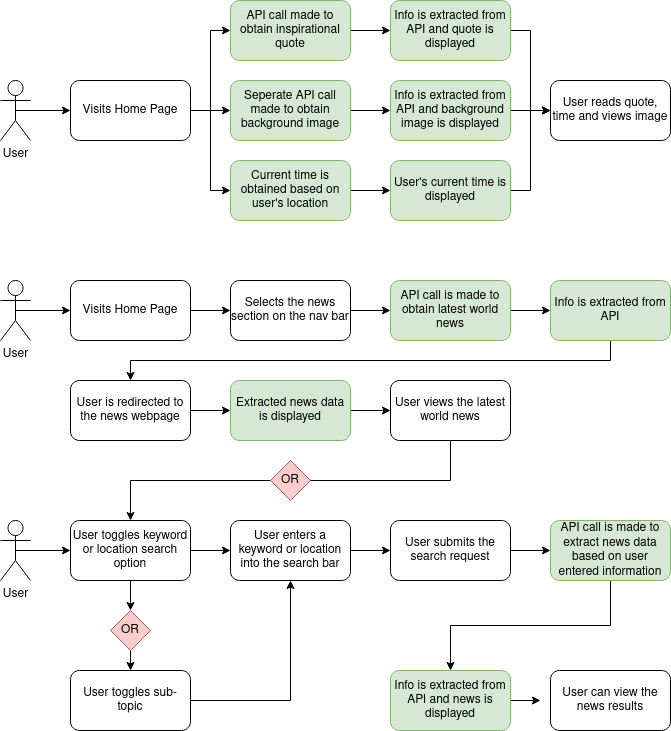
Above: documentation/user-flow_morning5.png in pszponder/morning-5 (draw.io), before the change. Source tidied: cells renumbered, new cells last; positions are measured from the earlier drawing's top-left corner, leaving out a move shared by most shapes.
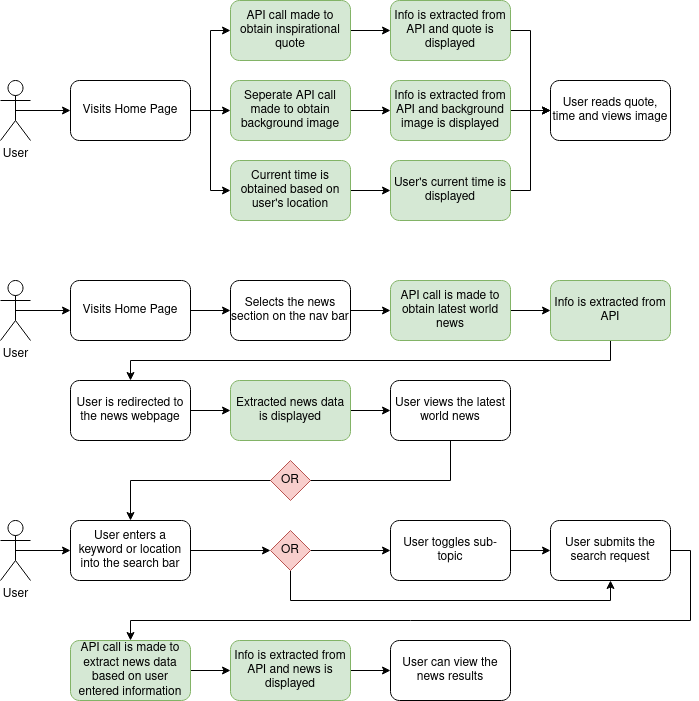
The same file after the commit.

Commit message:
remove toggle option for location and keyword

The edit, as a diff of the source:
```diff
@@ -44,18 +44,12 @@
     <mxCell id="15" value="User is redirected to the news webpage" style="rounded=1;whiteSpace=wrap;html=1;" parent="1" vertex="1">
       <mxGeometry x="70" y="380" width="120" height="60" as="geometry" />
     </mxCell>
-    <mxCell id="16" style="edgeStyle=orthogonalEdgeStyle;rounded=0;jettySize=auto;html=1;exitX=0.5;exitY=1;exitDx=0;exitDy=0;entryX=0.5;entryY=0;entryDx=0;entryDy=0;" parent="1" edge="1" source="17" target="45">
+    <mxCell id="16" style="edgeStyle=orthogonalEdgeStyle;rounded=0;jettySize=auto;html=1;exitX=0.5;exitY=1;exitDx=0;exitDy=0;entryX=0.5;entryY=0;entryDx=0;entryDy=0;" parent="1" edge="1" source="17" target="38">
       <mxGeometry relative="1" as="geometry" />
     </mxCell>
     <mxCell id="17" value="User views the latest world news" style="rounded=1;whiteSpace=wrap;html=1;" parent="1" vertex="1">
       <mxGeometry x="390" y="380" width="120" height="60" as="geometry" />
     </mxCell>
-    <mxCell id="18" style="edgeStyle=orthogonalEdgeStyle;rounded=0;jettySize=auto;html=1;exitX=0.5;exitY=0.5;exitDx=0;exitDy=0;exitPerimeter=0;" parent="1" edge="1" source="19" target="45">
-      <mxGeometry relative="1" as="geometry" />
-    </mxCell>
-    <mxCell id="19" value="User" style="shape=umlActor;verticalLabelPosition=bottom;verticalAlign=top;html=1;outlineConnect=0;" parent="1" vertex="1">
-      <mxGeometry y="520" width="30" height="60" as="geometry" />
-    </mxCell>
     <mxCell id="20" style="edgeStyle=orthogonalEdgeStyle;rounded=0;jettySize=auto;html=1;exitX=1;exitY=0.5;exitDx=0;exitDy=0;entryX=0;entryY=0.5;entryDx=0;entryDy=0;" parent="1" edge="1" source="21" target="31">
       <mxGeometry relative="1" as="geometry" />
     </mxCell>
@@ -109,64 +103,75 @@
     <mxCell id="36" value="Info is extracted from API" style="rounded=1;whiteSpace=wrap;html=1;fillColor=#d5e8d4;strokeColor=#82b366;" parent="1" vertex="1">
       <mxGeometry x="550" y="280" width="120" height="60" as="geometry" />
     </mxCell>
-    <mxCell id="37" style="edgeStyle=orthogonalEdgeStyle;rounded=0;jettySize=auto;html=1;exitX=1;exitY=0.5;exitDx=0;exitDy=0;entryX=0;entryY=0.5;entryDx=0;entryDy=0;" parent="1" edge="1" source="38" target="47">
-      <mxGeometry relative="1" as="geometry" />
-    </mxCell>
+    <mxCell id="53" style="edgeStyle=orthogonalEdgeStyle;rounded=0;jettySize=auto;html=1;exitX=1;exitY=0.5;exitDx=0;exitDy=0;" parent="1" edge="1" source="54" target="17">
+      <mxGeometry relative="1" as="geometry" />
+    </mxCell>
+    <mxCell id="54" value=" Extracted news data is displayed" style="rounded=1;whiteSpace=wrap;html=1;fillColor=#d5e8d4;strokeColor=#82b366;" parent="1" vertex="1">
+      <mxGeometry x="230" y="380" width="120" height="60" as="geometry" />
+    </mxCell>
+    <mxCell id="55" value="OR" style="rhombus;whiteSpace=wrap;html=1;fillColor=#f8cecc;strokeColor=#b85450;" parent="1" vertex="1">
+      <mxGeometry x="270" y="460" width="40" height="40" as="geometry" />
+    </mxCell>
+    <mxCell id="56" style="edgeStyle=orthogonalEdgeStyle;rounded=0;jettySize=auto;html=1;exitX=0.5;exitY=0.5;exitDx=0;exitDy=0;exitPerimeter=0;" parent="1" edge="1" source="19">
+      <mxGeometry relative="1" as="geometry">
+        <mxPoint x="70" y="550" as="targetPoint" />
+      </mxGeometry>
+    </mxCell>
+    <mxCell id="19" value="User" style="shape=umlActor;verticalLabelPosition=bottom;verticalAlign=top;html=1;outlineConnect=0;" parent="1" vertex="1">
+      <mxGeometry y="520" width="30" height="60" as="geometry" />
+    </mxCell>
+    <mxCell id="57" style="edgeStyle=orthogonalEdgeStyle;rounded=0;jettySize=auto;html=1;exitX=1;exitY=0.5;exitDx=0;exitDy=0;entryX=0;entryY=0.5;entryDx=0;entryDy=0;" parent="1" edge="1" source="38" target="42">
+      <mxGeometry relative="1" as="geometry" />
+    </mxCell>
     <mxCell id="38" value="User enters a keyword or location into the search bar" style="rounded=1;whiteSpace=wrap;html=1;" parent="1" vertex="1">
-      <mxGeometry x="230" y="520" width="120" height="60" as="geometry" />
+      <mxGeometry x="70" y="520" width="120" height="60" as="geometry" />
     </mxCell>
-    <mxCell id="39" style="edgeStyle=orthogonalEdgeStyle;rounded=0;jettySize=auto;html=1;exitX=0.5;exitY=1;exitDx=0;exitDy=0;" parent="1" edge="1" source="40" target="49">
+    <mxCell id="39" style="edgeStyle=orthogonalEdgeStyle;rounded=0;jettySize=auto;html=1;exitX=1;exitY=0.5;exitDx=0;exitDy=0;entryX=0;entryY=0.5;entryDx=0;entryDy=0;" parent="1" edge="1" source="40" target="49">
       <mxGeometry relative="1" as="geometry" />
     </mxCell>
     <mxCell id="40" value="API call is made to extract news data based on user entered information" style="rounded=1;whiteSpace=wrap;html=1;fillColor=#d5e8d4;strokeColor=#82b366;" parent="1" vertex="1">
-      <mxGeometry x="550" y="520" width="120" height="60" as="geometry" />
+      <mxGeometry x="70" y="640" width="120" height="60" as="geometry" />
     </mxCell>
-    <mxCell id="41" style="edgeStyle=orthogonalEdgeStyle;rounded=0;jettySize=auto;html=1;exitX=0.5;exitY=1;exitDx=0;exitDy=0;entryX=0.5;entryY=0;entryDx=0;entryDy=0;" parent="1" edge="1" source="42" target="52">
+    <mxCell id="41" style="edgeStyle=orthogonalEdgeStyle;rounded=0;jettySize=auto;html=1;exitX=1;exitY=0.5;exitDx=0;exitDy=0;entryX=0;entryY=0.5;entryDx=0;entryDy=0;" parent="1" edge="1" source="42" target="52">
       <mxGeometry relative="1" as="geometry" />
     </mxCell>
+    <mxCell id="58" style="edgeStyle=orthogonalEdgeStyle;rounded=0;jettySize=auto;html=1;exitX=0.5;exitY=1;exitDx=0;exitDy=0;entryX=0.5;entryY=1;entryDx=0;entryDy=0;" parent="1" edge="1" source="42" target="47">
+      <mxGeometry relative="1" as="geometry">
+        <Array as="points">
+          <mxPoint x="290" y="600" />
+          <mxPoint x="610" y="600" />
+        </Array>
+      </mxGeometry>
+    </mxCell>
     <mxCell id="42" value="OR" style="rhombus;whiteSpace=wrap;html=1;fillColor=#f8cecc;strokeColor=#b85450;" parent="1" vertex="1">
-      <mxGeometry x="110" y="610" width="40" height="40" as="geometry" />
+      <mxGeometry x="270" y="530" width="40" height="40" as="geometry" />
     </mxCell>
-    <mxCell id="43" style="edgeStyle=orthogonalEdgeStyle;rounded=0;jettySize=auto;html=1;exitX=0.5;exitY=1;exitDx=0;exitDy=0;entryX=0.5;entryY=0;entryDx=0;entryDy=0;" parent="1" edge="1" source="45" target="42">
-      <mxGeometry relative="1" as="geometry" />
-    </mxCell>
-    <mxCell id="44" style="edgeStyle=orthogonalEdgeStyle;rounded=0;jettySize=auto;html=1;exitX=1;exitY=0.5;exitDx=0;exitDy=0;entryX=0;entryY=0.5;entryDx=0;entryDy=0;" parent="1" edge="1" source="45" target="38">
-      <mxGeometry relative="1" as="geometry" />
-    </mxCell>
-    <mxCell id="45" value="User toggles keyword or location search option" style="rounded=1;whiteSpace=wrap;html=1;" parent="1" vertex="1">
-      <mxGeometry x="70" y="520" width="120" height="60" as="geometry" />
-    </mxCell>
-    <mxCell id="46" style="edgeStyle=orthogonalEdgeStyle;rounded=0;jettySize=auto;html=1;exitX=1;exitY=0.5;exitDx=0;exitDy=0;" parent="1" edge="1" source="47" target="40">
-      <mxGeometry relative="1" as="geometry" />
+    <mxCell id="46" style="edgeStyle=orthogonalEdgeStyle;rounded=0;jettySize=auto;html=1;exitX=1;exitY=0.5;exitDx=0;exitDy=0;entryX=0.5;entryY=0;entryDx=0;entryDy=0;" parent="1" edge="1" source="47" target="40">
+      <mxGeometry relative="1" as="geometry">
+        <Array as="points">
+          <mxPoint x="690" y="550" />
+          <mxPoint x="690" y="620" />
+          <mxPoint x="130" y="620" />
+        </Array>
+      </mxGeometry>
     </mxCell>
     <mxCell id="47" value="User submits the search request" style="rounded=1;whiteSpace=wrap;html=1;" parent="1" vertex="1">
-      <mxGeometry x="390" y="520" width="120" height="60" as="geometry" />
+      <mxGeometry x="550" y="520" width="120" height="60" as="geometry" />
     </mxCell>
-    <mxCell id="48" style="edgeStyle=orthogonalEdgeStyle;rounded=0;jettySize=auto;html=1;exitX=1;exitY=0.5;exitDx=0;exitDy=0;" parent="1" edge="1" source="49">
-      <mxGeometry relative="1" as="geometry">
-        <mxPoint x="540" y="700" as="targetPoint" />
-      </mxGeometry>
-    </mxCell>
+    <mxCell id="59" style="edgeStyle=orthogonalEdgeStyle;rounded=0;jettySize=auto;html=1;exitX=1;exitY=0.5;exitDx=0;exitDy=0;entryX=0;entryY=0.5;entryDx=0;entryDy=0;" parent="1" edge="1" source="49" target="50">
+      <mxGeometry relative="1" as="geometry" />
+    </mxCell>
     <mxCell id="49" value="Info is extracted from API and news is displayed" style="rounded=1;whiteSpace=wrap;html=1;fillColor=#d5e8d4;strokeColor=#82b366;" parent="1" vertex="1">
-      <mxGeometry x="390" y="670" width="120" height="60" as="geometry" />
+      <mxGeometry x="230" y="640" width="120" height="60" as="geometry" />
     </mxCell>
     <mxCell id="50" value="User can view the news results" style="rounded=1;whiteSpace=wrap;html=1;" parent="1" vertex="1">
-      <mxGeometry x="550" y="670" width="120" height="60" as="geometry" />
+      <mxGeometry x="390" y="640" width="120" height="60" as="geometry" />
     </mxCell>
-    <mxCell id="51" style="edgeStyle=orthogonalEdgeStyle;rounded=0;jettySize=auto;html=1;exitX=1;exitY=0.5;exitDx=0;exitDy=0;entryX=0.5;entryY=1;entryDx=0;entryDy=0;" parent="1" edge="1" source="52" target="38">
-      <mxGeometry relative="1" as="geometry" />
-    </mxCell>
+    <mxCell id="60" style="edgeStyle=orthogonalEdgeStyle;rounded=0;jettySize=auto;html=1;exitX=1;exitY=0.5;exitDx=0;exitDy=0;entryX=0;entryY=0.5;entryDx=0;entryDy=0;" parent="1" edge="1" source="52" target="47">
+      <mxGeometry relative="1" as="geometry" />
+    </mxCell>
     <mxCell id="52" value="User toggles sub-topic" style="rounded=1;whiteSpace=wrap;html=1;" parent="1" vertex="1">
-      <mxGeometry x="70" y="670" width="120" height="60" as="geometry" />
+      <mxGeometry x="390" y="520" width="120" height="60" as="geometry" />
     </mxCell>
-    <mxCell id="53" style="edgeStyle=orthogonalEdgeStyle;rounded=0;jettySize=auto;html=1;exitX=1;exitY=0.5;exitDx=0;exitDy=0;" parent="1" edge="1" source="54" target="17">
-      <mxGeometry relative="1" as="geometry" />
-    </mxCell>
-    <mxCell id="54" value=" Extracted news data is displayed" style="rounded=1;whiteSpace=wrap;html=1;fillColor=#d5e8d4;strokeColor=#82b366;" parent="1" vertex="1">
-      <mxGeometry x="230" y="380" width="120" height="60" as="geometry" />
-    </mxCell>
-    <mxCell id="55" value="OR" style="rhombus;whiteSpace=wrap;html=1;fillColor=#f8cecc;strokeColor=#b85450;" parent="1" vertex="1">
-      <mxGeometry x="270" y="460" width="40" height="40" as="geometry" />
-    </mxCell>
   </root>
 </mxGraphModel>
```
